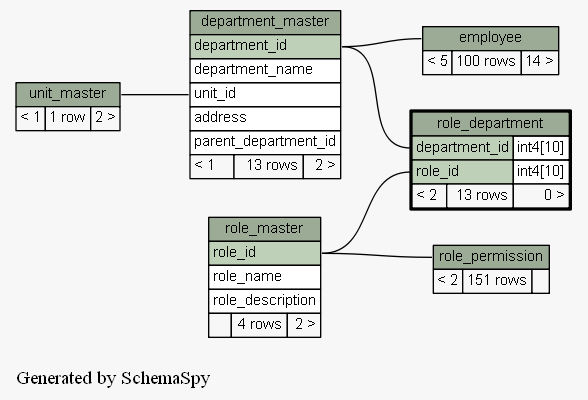
Before: docs/database/schemaspy/graphs/role_department.2degrees.png, a diagram exported from Graphviz (engineerscraft/hrms). Its source is kept beside it as docs/database/schemaspy/graphs/role_department.2degrees.dot.
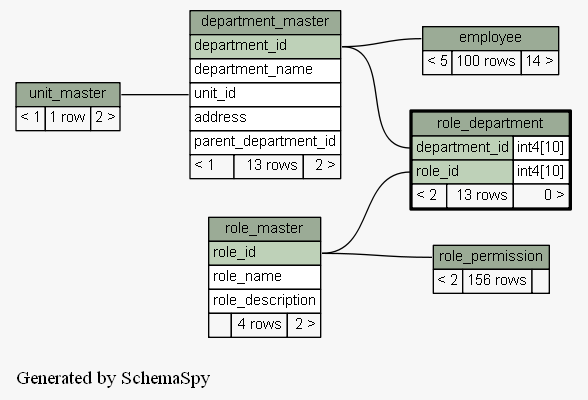
Above is the later version.

The edit, as a diff of the source:
```diff
@@ -68,7 +68,7 @@
     label=<
     <TABLE BORDER="0" CELLBORDER="1" CELLSPACING="0" BGCOLOR="#ffffff">
       <TR><TD PORT="role_permission.heading" COLSPAN="3" BGCOLOR="#9bab96" ALIGN="CENTER">role_permission</TD></TR>
-      <TR><TD ALIGN="LEFT" BGCOLOR="#f7f7f7">&lt; 2</TD><TD ALIGN="RIGHT" BGCOLOR="#f7f7f7">151 rows</TD><TD ALIGN="RIGHT" BGCOLOR="#f7f7f7">  </TD></TR>
+      <TR><TD ALIGN="LEFT" BGCOLOR="#f7f7f7">&lt; 2</TD><TD ALIGN="RIGHT" BGCOLOR="#f7f7f7">156 rows</TD><TD ALIGN="RIGHT" BGCOLOR="#f7f7f7">  </TD></TR>
     </TABLE>>
     URL="role_permission.html#graph"
     tooltip="role_permission"
```
